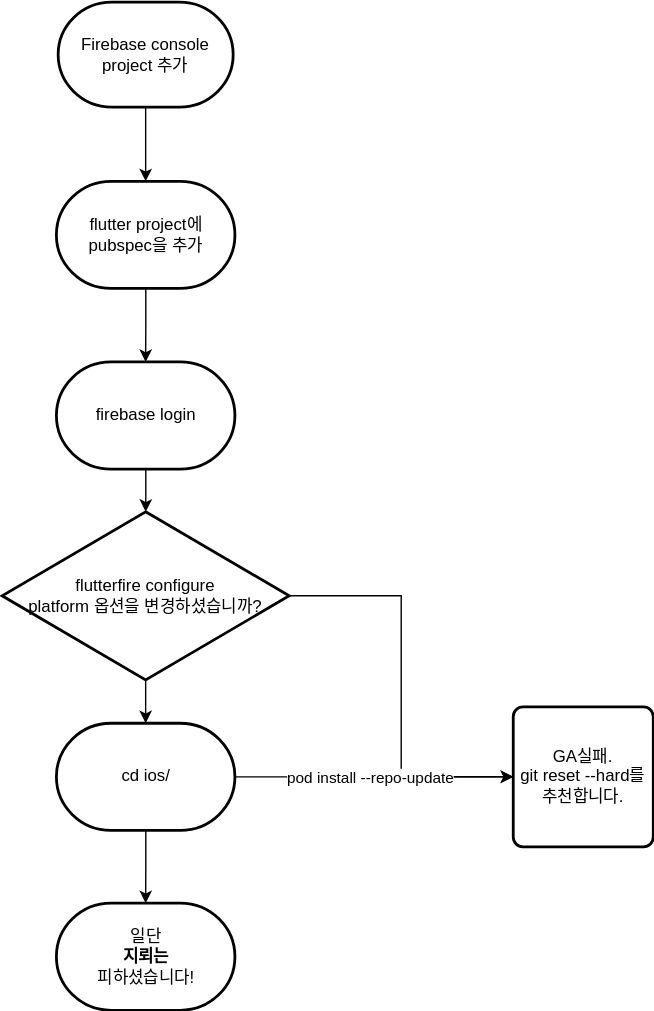
Above: add-ga-process.svg in bisor0627/draw (draw.io), before the change. Source tidied: cells renumbered, new cells last; positions are measured from the earlier drawing's top-left corner, leaving out a move shared by most shapes. Its diagram source:
```xml
<mxGraphModel>
  <root>
    <mxCell id="0" />
    <mxCell id="1" parent="0" />
    <mxCell id="2" style="edgeStyle=orthogonalEdgeStyle;rounded=0;jettySize=auto;html=1;exitX=0.5;exitY=1;exitDx=0;exitDy=0;exitPerimeter=0;entryX=0.5;entryY=0;entryDx=0;entryDy=0;entryPerimeter=0;" parent="1" edge="1" source="3" target="5">
      <mxGeometry relative="1" as="geometry" />
    </mxCell>
    <mxCell id="3" value="Firebase console&lt;br&gt;project 추가" style="strokeWidth=2;html=1;shape=mxgraph.flowchart.terminator;whiteSpace=wrap;" parent="1" vertex="1">
      <mxGeometry x="40" width="125" height="75" as="geometry" />
    </mxCell>
    <mxCell id="4" style="edgeStyle=orthogonalEdgeStyle;rounded=0;jettySize=auto;html=1;entryX=0.5;entryY=0;entryDx=0;entryDy=0;entryPerimeter=0;" parent="1" edge="1" source="5" target="7">
      <mxGeometry relative="1" as="geometry" />
    </mxCell>
    <mxCell id="5" value="flutter project에 pubspec을 추가" style="strokeWidth=2;html=1;shape=mxgraph.flowchart.terminator;whiteSpace=wrap;" parent="1" vertex="1">
      <mxGeometry x="38.8" y="128" width="127.5" height="76.5" as="geometry" />
    </mxCell>
    <mxCell id="6" style="edgeStyle=orthogonalEdgeStyle;rounded=0;jettySize=auto;html=1;entryX=0.5;entryY=0;entryDx=0;entryDy=0;entryPerimeter=0;" parent="1" edge="1" source="7" target="10">
      <mxGeometry relative="1" as="geometry" />
    </mxCell>
    <mxCell id="7" value="firebase login" style="strokeWidth=2;html=1;shape=mxgraph.flowchart.terminator;whiteSpace=wrap;" parent="1" vertex="1">
      <mxGeometry x="38.8" y="257" width="127.5" height="76.5" as="geometry" />
    </mxCell>
    <mxCell id="8" style="edgeStyle=orthogonalEdgeStyle;rounded=0;jettySize=auto;html=1;entryX=0;entryY=0.5;entryDx=0;entryDy=0;" parent="1" edge="1" source="10" target="11">
      <mxGeometry relative="1" as="geometry" />
    </mxCell>
    <mxCell id="9" style="edgeStyle=orthogonalEdgeStyle;rounded=0;jettySize=auto;html=1;entryX=0.5;entryY=0;entryDx=0;entryDy=0;entryPerimeter=0;" parent="1" edge="1" source="10" target="15">
      <mxGeometry relative="1" as="geometry" />
    </mxCell>
    <mxCell id="10" value="flutterfire configure&lt;br&gt;platform 옵션을 변경하셨습니까?" style="strokeWidth=2;html=1;shape=mxgraph.flowchart.decision;whiteSpace=wrap;" parent="1" vertex="1">
      <mxGeometry y="364" width="205" height="120" as="geometry" />
    </mxCell>
    <mxCell id="11" value="GA실패.&lt;br&gt;git reset --hard를 추천합니다." style="rounded=1;whiteSpace=wrap;html=1;absoluteArcSize=1;arcSize=14;strokeWidth=2;" parent="1" vertex="1">
      <mxGeometry x="365" y="503.2" width="100" height="100" as="geometry" />
    </mxCell>
    <mxCell id="12" style="edgeStyle=orthogonalEdgeStyle;rounded=0;jettySize=auto;html=1;entryX=0;entryY=0.5;entryDx=0;entryDy=0;" parent="1" edge="1" source="15" target="11">
      <mxGeometry relative="1" as="geometry" />
    </mxCell>
    <mxCell id="13" value="pod install --repo-update" style="edgeLabel;html=1;align=center;verticalAlign=middle;" parent="12" vertex="1">
      <mxGeometry x="-0.03" relative="1" as="geometry" />
    </mxCell>
    <mxCell id="14" style="edgeStyle=orthogonalEdgeStyle;rounded=0;jettySize=auto;html=1;entryX=0.5;entryY=0;entryDx=0;entryDy=0;entryPerimeter=0;" parent="1" edge="1" source="15" target="16">
      <mxGeometry relative="1" as="geometry" />
    </mxCell>
    <mxCell id="15" value="cd ios/" style="strokeWidth=2;html=1;shape=mxgraph.flowchart.terminator;whiteSpace=wrap;" parent="1" vertex="1">
      <mxGeometry x="38.8" y="515" width="127.5" height="76.5" as="geometry" />
    </mxCell>
    <mxCell id="16" value="일단&lt;br&gt;&lt;b&gt;지뢰는&lt;/b&gt;&lt;br&gt;피하셨습니다!" style="strokeWidth=2;html=1;shape=mxgraph.flowchart.terminator;whiteSpace=wrap;" parent="1" vertex="1">
      <mxGeometry x="38.8" y="643.5" width="127.5" height="76.5" as="geometry" />
    </mxCell>
  </root>
</mxGraphModel>
```
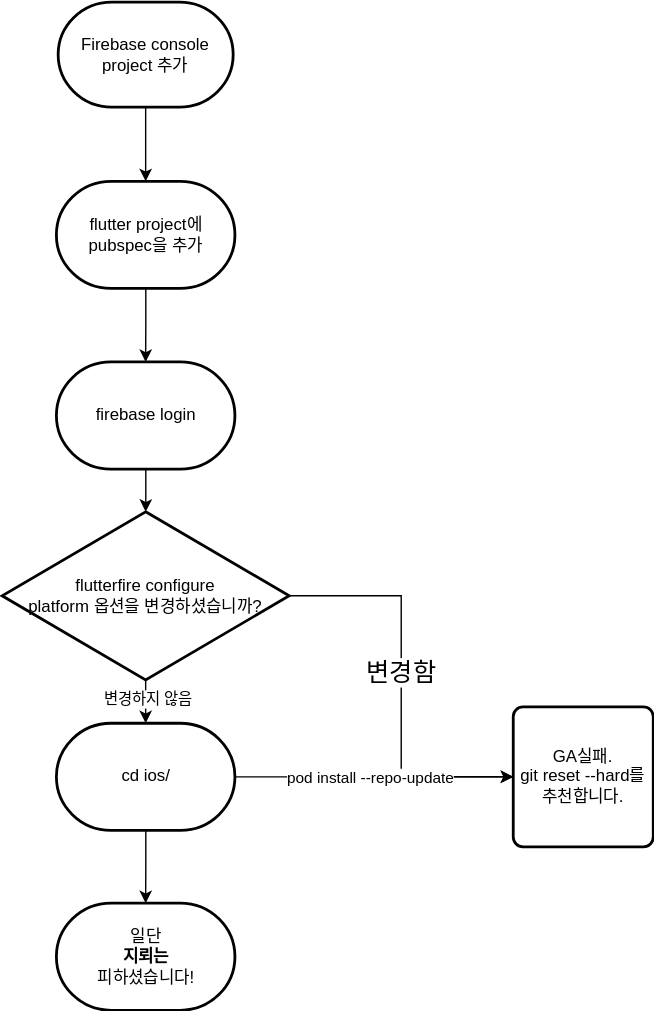
The same file after the commit.

Commit message:
add-ga-process.svg이 추가되었습니다.

What changed in the source:
```diff
@@ -23,9 +23,15 @@
     <mxCell id="8" style="edgeStyle=orthogonalEdgeStyle;rounded=0;jettySize=auto;html=1;entryX=0;entryY=0.5;entryDx=0;entryDy=0;" parent="1" edge="1" source="10" target="11">
       <mxGeometry relative="1" as="geometry" />
     </mxCell>
+    <mxCell id="17" value="&lt;font style=&quot;font-size: 18px;&quot;&gt;변경함&lt;/font&gt;" style="edgeLabel;html=1;align=center;verticalAlign=middle;" parent="8" vertex="1">
+      <mxGeometry x="-0.07" y="-1" relative="1" as="geometry" />
+    </mxCell>
     <mxCell id="9" style="edgeStyle=orthogonalEdgeStyle;rounded=0;jettySize=auto;html=1;entryX=0.5;entryY=0;entryDx=0;entryDy=0;entryPerimeter=0;" parent="1" edge="1" source="10" target="15">
       <mxGeometry relative="1" as="geometry" />
     </mxCell>
+    <mxCell id="18" value="변경하지 않음" style="edgeLabel;html=1;align=center;verticalAlign=middle;" parent="9" vertex="1">
+      <mxGeometry x="0.27" y="1" relative="1" as="geometry" />
+    </mxCell>
     <mxCell id="10" value="flutterfire configure&lt;br&gt;platform 옵션을 변경하셨습니까?" style="strokeWidth=2;html=1;shape=mxgraph.flowchart.decision;whiteSpace=wrap;" parent="1" vertex="1">
       <mxGeometry y="364" width="205" height="120" as="geometry" />
     </mxCell>
```
